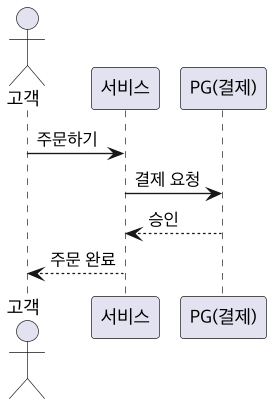
Above: public/images/planner-web/UML-SEQ.png in Sihan-Son/sihan-son.github.io (PlantUML), before the change. Source of this version:
```plantuml
@startuml UML-SEQ
skinparamlocked dpi 130
skinparam defaultFontName "Apple SD Gothic Neo"
skinparam shadowing false
actor 고객
participant 서비스
participant "PG(결제)" as PG
고객 -> 서비스 : 주문하기
서비스 -> PG : 결제 요청
PG --> 서비스 : 승인
서비스 --> 고객 : 주문 완료
@enduml
```
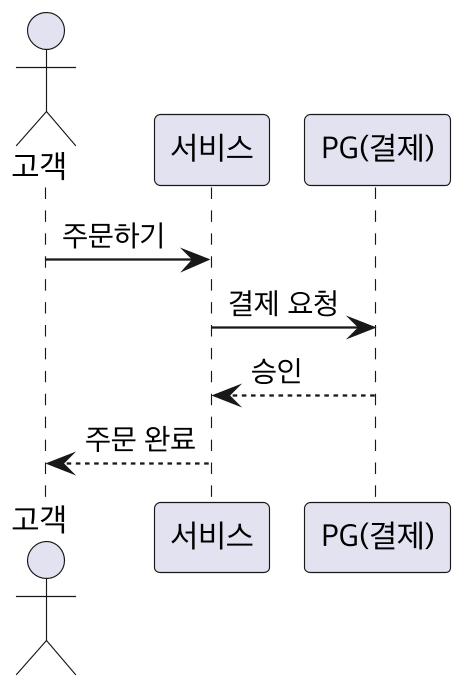
After the change.

What changed in the source:
```diff
@@ -1,5 +1,5 @@
 @startuml UML-SEQ
-skinparamlocked dpi 130
+skinparamlocked dpi 220
 skinparam defaultFontName "Apple SD Gothic Neo"
 skinparam shadowing false
 actor 고객
```
